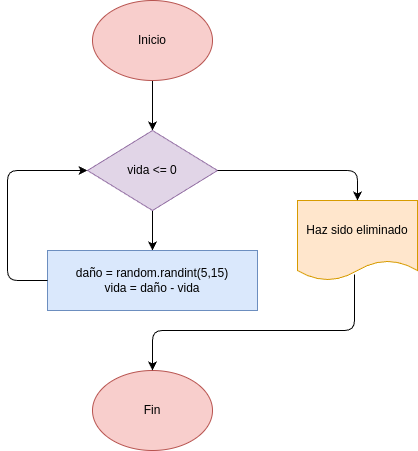
Before: Ejercicio 2/diagrama.png, a diagram exported from draw.io (michaelmorales-web/taller_while_2). Source tidied: cells renumbered, new cells last; positions are measured from the earlier drawing's top-left corner, leaving out a move shared by most shapes.
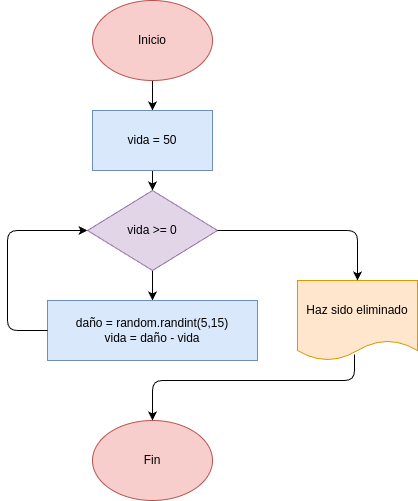
Later version of the same file.

Commit message:
Se actualiza el archivo con diseño y analisis

Diff of the diagram source:
```diff
@@ -2,49 +2,55 @@
   <root>
     <mxCell id="0" />
     <mxCell id="1" parent="0" />
-    <mxCell id="2" style="edgeStyle=none;html=1;" parent="1" edge="1" source="3" target="5">
-      <mxGeometry relative="1" as="geometry" />
-    </mxCell>
+    <mxCell id="12" style="edgeStyle=none;html=1;" parent="1" edge="1" source="3" target="14">
+      <mxGeometry relative="1" as="geometry" />
+    </mxCell>
     <mxCell id="3" value="Inicio" style="ellipse;whiteSpace=wrap;html=1;fillColor=#f8cecc;strokeColor=#b85450;" parent="1" vertex="1">
-      <mxGeometry x="85" width="120" height="80" as="geometry" />
+      <mxGeometry x="85" y="-20" width="120" height="80" as="geometry" />
     </mxCell>
     <mxCell id="4" style="edgeStyle=none;html=1;" parent="1" edge="1" source="5" target="6">
       <mxGeometry relative="1" as="geometry" />
     </mxCell>
-    <mxCell id="5" value="vida &amp;lt;= 0" style="rhombus;whiteSpace=wrap;html=1;fillColor=#e1d5e7;strokeColor=#9673a6;" parent="1" vertex="1">
-      <mxGeometry x="80" y="130" width="130" height="80" as="geometry" />
+    <mxCell id="5" value="vida &amp;gt;= 0" style="rhombus;whiteSpace=wrap;html=1;fillColor=#e1d5e7;strokeColor=#9673a6;" parent="1" vertex="1">
+      <mxGeometry x="80" y="170" width="130" height="80" as="geometry" />
     </mxCell>
     <mxCell id="6" value="daño = random.randint(5,15)&lt;div&gt;vida = daño - vida&lt;/div&gt;" style="whiteSpace=wrap;html=1;fillColor=#dae8fc;strokeColor=#6c8ebf;" parent="1" vertex="1">
-      <mxGeometry x="40" y="250" width="210" height="60" as="geometry" />
+      <mxGeometry x="40" y="280" width="210" height="60" as="geometry" />
     </mxCell>
     <mxCell id="7" style="endArrow=classic;html=1;exitX=0;exitY=0.5;exitDx=0;exitDy=0;entryX=0;entryY=0.5;entryDx=0;entryDy=0;" parent="1" edge="1" source="6" target="5">
       <mxGeometry relative="1" as="geometry">
         <Array as="points">
-          <mxPoint y="280" />
-          <mxPoint y="170" />
+          <mxPoint y="310" />
+          <mxPoint y="210" />
         </Array>
       </mxGeometry>
     </mxCell>
     <mxCell id="8" value="Haz sido eliminado" style="shape=document;whiteSpace=wrap;html=1;boundedLbl=1;size=0.25;fillColor=#ffe6cc;strokeColor=#d79b00;" parent="1" vertex="1">
-      <mxGeometry x="290" y="200" width="120" height="80" as="geometry" />
+      <mxGeometry x="290" y="260" width="120" height="80" as="geometry" />
     </mxCell>
     <mxCell id="9" value="Fin" style="ellipse;whiteSpace=wrap;html=1;fillColor=#f8cecc;strokeColor=#b85450;" parent="1" vertex="1">
-      <mxGeometry x="85" y="370" width="120" height="80" as="geometry" />
+      <mxGeometry x="85" y="400" width="120" height="80" as="geometry" />
     </mxCell>
     <mxCell id="10" style="endArrow=classic;html=1;exitX=0.475;exitY=0.925;exitDx=0;exitDy=0;exitPerimeter=0;entryX=0.5;entryY=0;entryDx=0;entryDy=0;" parent="1" edge="1" source="8" target="9">
       <mxGeometry relative="1" as="geometry">
         <Array as="points">
-          <mxPoint x="347" y="330" />
-          <mxPoint x="145" y="330" />
+          <mxPoint x="347" y="360" />
+          <mxPoint x="145" y="360" />
         </Array>
       </mxGeometry>
     </mxCell>
     <mxCell id="11" style="endArrow=classic;html=1;exitX=1;exitY=0.5;exitDx=0;exitDy=0;entryX=0.5;entryY=0;entryDx=0;entryDy=0;" parent="1" edge="1" source="5" target="8">
       <mxGeometry relative="1" as="geometry">
         <Array as="points">
-          <mxPoint x="350" y="170" />
+          <mxPoint x="350" y="210" />
         </Array>
       </mxGeometry>
     </mxCell>
+    <mxCell id="13" style="edgeStyle=none;html=1;" parent="1" edge="1" source="14" target="5">
+      <mxGeometry relative="1" as="geometry" />
+    </mxCell>
+    <mxCell id="14" value="vida = 50" style="rounded=0;whiteSpace=wrap;html=1;fillColor=#dae8fc;strokeColor=#6c8ebf;" parent="1" vertex="1">
+      <mxGeometry x="85" y="90" width="120" height="60" as="geometry" />
+    </mxCell>
   </root>
 </mxGraphModel>
```
